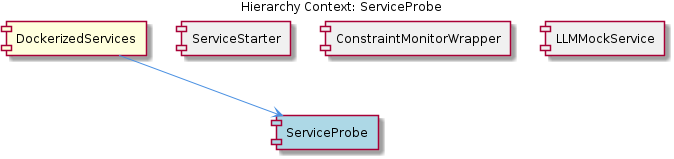
The PlantUML diagram knowledge-management/insights/images/service-probe-relationship.png in fwornle/coding, before a commit. Its source is kept beside it as .data/knowledge-graph/insights/puml/service-probe-relationship.puml.
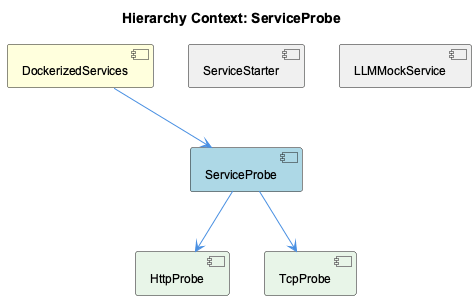
The same diagram one commit later.

Change to the diagram source:
```diff
@@ -6,12 +6,14 @@
 [DockerizedServices] as dockerized_services #FFFFDD
 [ServiceProbe] as service_probe #LightBlue
 [ServiceStarter] as service_starter #F0F0F0
-[ConstraintMonitorWrapper] as constraint_monitor_wrapper #F0F0F0
 [LLMMockService] as llmmock_service #F0F0F0
+[HttpProbe] as http_probe #E8F5E8
+[TcpProbe] as tcp_probe #E8F5E8
 
 dockerized_services --> service_probe
 service_starter -[hidden]- service_probe
-constraint_monitor_wrapper -[hidden]- service_probe
 llmmock_service -[hidden]- service_probe
+service_probe --> http_probe
+service_probe --> tcp_probe
 
 @enduml
```
